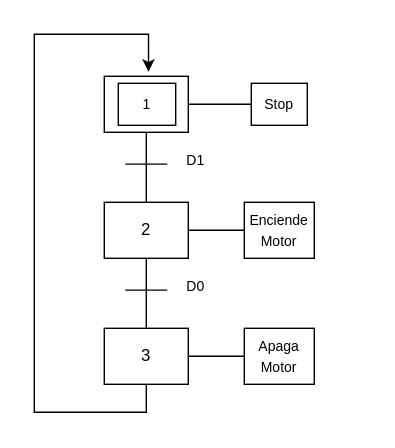
Earlier version of the draw.io diagram GRAFCET.drawio (fgomez1211/FRD). Source tidied: cells renumbered, new cells numbered last; positions are measured from the earlier drawing's top-left corner, leaving out a move shared by most shapes. Both pictures are drawn from the tidied source at 140%, with x=0, y=0 at pixel (34, 34).
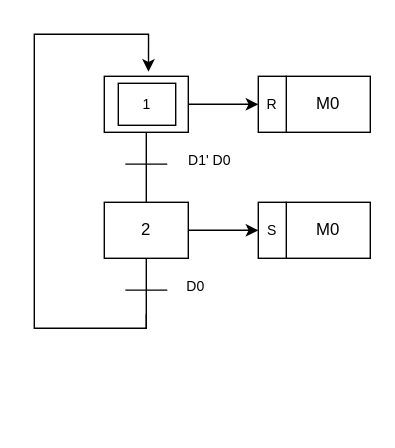
The same page after the edit.

The change refers to these unchanged cells:
```xml
<mxCell id="4" value="1" style="rounded=0;whiteSpace=wrap;html=1;fontSize=12;glass=0;strokeWidth=1;shadow=0;" parent="1" vertex="1">
  <mxGeometry x="50" y="30" width="60" height="40" as="geometry" />
</mxCell>
<mxCell id="7" value="2" style="rounded=0;whiteSpace=wrap;html=1;fontSize=12;glass=0;strokeWidth=1;shadow=0;" parent="1" vertex="1">
  <mxGeometry x="50" y="120" width="60" height="40" as="geometry" />
</mxCell>
```

Change to the diagram source:
```diff
@@
-    <mxCell id="2" style="edgeStyle=orthogonalEdgeStyle;rounded=0;jettySize=auto;html=1;endArrow=none;endFill=0;" parent="1" edge="1" source="4" target="11">
-      <mxGeometry relative="1" as="geometry" />
-    </mxCell>
@@
+    <mxCell id="19" style="edgeStyle=orthogonalEdgeStyle;rounded=0;jettySize=auto;html=1;exitX=1;exitY=0.5;exitDx=0;exitDy=0;entryX=0;entryY=0.5;entryDx=0;entryDy=0;fontSize=10;endArrow=classic;endFill=1;" parent="1" edge="1" source="4" target="22">
+      <mxGeometry relative="1" as="geometry" />
+    </mxCell>
@@
-    <mxCell id="5" style="edgeStyle=orthogonalEdgeStyle;rounded=0;jettySize=auto;html=1;entryX=0.5;entryY=0;entryDx=0;entryDy=0;fontSize=10;endArrow=none;endFill=0;" parent="1" edge="1" source="7" target="10">
-      <mxGeometry relative="1" as="geometry" />
+    <mxCell id="5" style="edgeStyle=orthogonalEdgeStyle;rounded=0;jettySize=auto;html=1;entryX=0.5;entryY=0;entryDx=0;entryDy=0;fontSize=10;endArrow=none;endFill=0;" parent="1" edge="1" source="7">
+      <mxGeometry relative="1" as="geometry">
+        <mxPoint x="80" y="210" as="targetPoint" />
+      </mxGeometry>
     </mxCell>
-    <mxCell id="6" style="edgeStyle=orthogonalEdgeStyle;rounded=0;jettySize=auto;html=1;fontSize=10;endArrow=none;endFill=0;" parent="1" edge="1" source="7" target="16">
-      <mxGeometry relative="1" as="geometry" />
-    </mxCell>
+    <mxCell id="20" style="edgeStyle=orthogonalEdgeStyle;rounded=0;jettySize=auto;html=1;exitX=1;exitY=0.5;exitDx=0;exitDy=0;entryX=0;entryY=0.5;entryDx=0;entryDy=0;fontSize=10;endArrow=classic;endFill=1;" parent="1" edge="1" source="7" target="24">
+      <mxGeometry relative="1" as="geometry" />
+    </mxCell>
@@
-    <mxCell id="8" style="edgeStyle=orthogonalEdgeStyle;rounded=0;jettySize=auto;html=1;exitX=1;exitY=0.5;exitDx=0;exitDy=0;entryX=0;entryY=0.5;entryDx=0;entryDy=0;fontSize=10;endArrow=none;endFill=0;" parent="1" edge="1" source="10" target="17">
-      <mxGeometry relative="1" as="geometry" />
-    </mxCell>
-    <mxCell id="9" style="edgeStyle=orthogonalEdgeStyle;rounded=0;jettySize=auto;html=1;exitX=0.5;exitY=1;exitDx=0;exitDy=0;entryX=0.526;entryY=-0.082;entryDx=0;entryDy=0;entryPerimeter=0;fontSize=10;endArrow=classic;endFill=1;" parent="1" edge="1" source="10" target="4">
+    <mxCell id="9" style="edgeStyle=orthogonalEdgeStyle;rounded=0;jettySize=auto;html=1;entryX=0.526;entryY=-0.082;entryDx=0;entryDy=0;entryPerimeter=0;fontSize=10;endArrow=classic;endFill=1;" parent="1" edge="1" target="4">
       <mxGeometry relative="1" as="geometry">
+        <mxPoint x="80" y="200" as="sourcePoint" />
         <Array as="points">
-          <mxPoint x="80" y="270" />
-          <mxPoint y="270" />
+          <mxPoint x="80" y="210" />
+          <mxPoint y="210" />
           <mxPoint />
           <mxPoint x="82" />
         </Array>
       </mxGeometry>
     </mxCell>
-    <mxCell id="10" value="3" style="rounded=0;whiteSpace=wrap;html=1;fontSize=12;glass=0;strokeWidth=1;shadow=0;" parent="1" vertex="1">
-      <mxGeometry x="50" y="210" width="60" height="40" as="geometry" />
-    </mxCell>
-    <mxCell id="11" value="&lt;font style=&quot;font-size: 10px&quot;&gt;Stop&lt;/font&gt;" style="rounded=0;whiteSpace=wrap;html=1;fontSize=12;glass=0;strokeWidth=1;shadow=0;" parent="1" vertex="1">
-      <mxGeometry x="155" y="35" width="40" height="30" as="geometry" />
-    </mxCell>
-    <mxCell id="12" value="D1" style="text;html=1;align=center;verticalAlign=middle;strokeColor=none;fillColor=none;fontSize=10;" parent="1" vertex="1">
-      <mxGeometry x="100" y="80" width="30" height="20" as="geometry" />
+    <mxCell id="12" value="D1' D0" style="text;html=1;align=center;verticalAlign=middle;strokeColor=none;fillColor=none;fontSize=10;" parent="1" vertex="1">
+      <mxGeometry x="100" y="80" width="50" height="20" as="geometry" />
     </mxCell>
@@
-    <mxCell id="16" value="&lt;font style=&quot;font-size: 10px&quot;&gt;Enciende Motor&lt;/font&gt;" style="rounded=0;whiteSpace=wrap;html=1;fontSize=12;glass=0;strokeWidth=1;shadow=0;" parent="1" vertex="1">
-      <mxGeometry x="150" y="120" width="50" height="40" as="geometry" />
-    </mxCell>
-    <mxCell id="17" value="&lt;font style=&quot;font-size: 10px&quot;&gt;Apaga Motor&lt;/font&gt;" style="rounded=0;whiteSpace=wrap;html=1;fontSize=12;glass=0;strokeWidth=1;shadow=0;" parent="1" vertex="1">
-      <mxGeometry x="150" y="210" width="50" height="40" as="geometry" />
-    </mxCell>
@@
+    <mxCell id="21" value="M0" style="rounded=0;whiteSpace=wrap;html=1;fontSize=12;glass=0;strokeWidth=1;shadow=0;" parent="1" vertex="1">
+      <mxGeometry x="180" y="30" width="60" height="40" as="geometry" />
+    </mxCell>
+    <mxCell id="22" value="R" style="rounded=0;whiteSpace=wrap;html=1;fontSize=10;" parent="1" vertex="1">
+      <mxGeometry x="160" y="30" width="20" height="40" as="geometry" />
+    </mxCell>
+    <mxCell id="23" value="M0" style="rounded=0;whiteSpace=wrap;html=1;fontSize=12;glass=0;strokeWidth=1;shadow=0;" parent="1" vertex="1">
+      <mxGeometry x="180" y="120" width="60" height="40" as="geometry" />
+    </mxCell>
+    <mxCell id="24" value="S" style="rounded=0;whiteSpace=wrap;html=1;fontSize=10;" parent="1" vertex="1">
+      <mxGeometry x="160" y="120" width="20" height="40" as="geometry" />
+    </mxCell>
```
